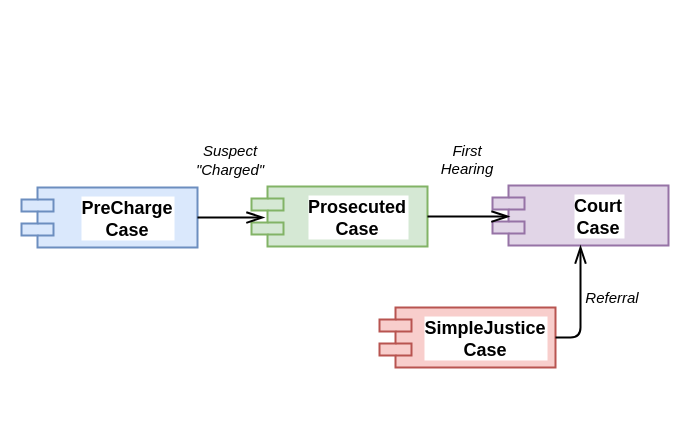
This is page "Case-Type-Flow" (12 of 14) of img/Adopting DDD at Scale Diagrams.drawio from andrewharmellaw/deck-adopting-ddd-at-scale, a draw.io file, before an edit. Source tidied: cells renumbered, new cells numbered last; positions are measured from the earlier drawing's top-left corner, leaving out a move shared by most shapes. Both pictures are drawn from the tidied source at 100%, with x=0, y=0 at pixel (17, 17).
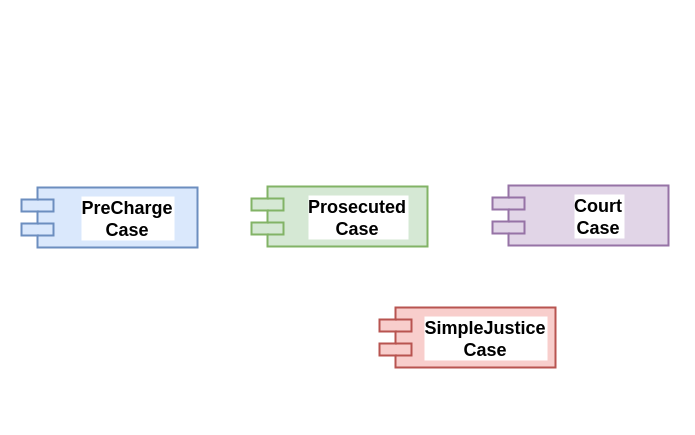
The same diagram, later.

Change to the diagram source:
```diff
@@
 <mxGraphModel>
   <root>
     <mxCell id="0" />
     <mxCell id="1" parent="0" />
     <mxCell id="2" style="rounded=0;whiteSpace=wrap;html=1;fontSize=18;dashed=1;dashPattern=1 4;opacity=0;" parent="1" vertex="1">
       <mxGeometry width="660" height="400" as="geometry" />
     </mxCell>
-    <mxCell id="3" value="&lt;i&gt;&lt;font style=&quot;font-size: 15px&quot;&gt;Suspect&lt;br&gt;&lt;/font&gt;&lt;/i&gt;&lt;div style=&quot;font-size: 15px&quot; align=&quot;center&quot;&gt;&lt;i&gt;&lt;font style=&quot;font-size: 15px&quot;&gt;&quot;Charged&quot;&lt;br&gt;&lt;/font&gt;&lt;/i&gt;&lt;/div&gt;" style="text;html=1;strokeColor=none;fillColor=none;align=center;verticalAlign=middle;whiteSpace=wrap;rounded=0;fontSize=18;labelBackgroundColor=#ffffff;" parent="1" vertex="1">
-      <mxGeometry x="178" y="132" width="70" height="20" as="geometry" />
-    </mxCell>
     <mxCell id="4" value="PreCharge&#10;Case" style="shape=component;align=center;spacingLeft=36;labelBackgroundColor=#ffffff;strokeWidth=2;fontSize=18;fontStyle=1;fillColor=#dae8fc;strokeColor=#6c8ebf;" parent="1" vertex="1">
       <mxGeometry x="4" y="170" width="176" height="60" as="geometry" />
     </mxCell>
     <mxCell id="5" value="Prosecuted&#10;Case" style="shape=component;align=center;spacingLeft=36;labelBackgroundColor=#ffffff;strokeWidth=2;fontSize=18;fontStyle=1;fillColor=#d5e8d4;strokeColor=#82b366;" parent="1" vertex="1">
       <mxGeometry x="234" y="169" width="176" height="60" as="geometry" />
     </mxCell>
     <mxCell id="6" value="Court&#10;Case" style="shape=component;align=center;spacingLeft=36;labelBackgroundColor=#ffffff;strokeWidth=2;fontSize=18;fontStyle=1;fillColor=#e1d5e7;strokeColor=#9673a6;" parent="1" vertex="1">
       <mxGeometry x="475" y="168" width="176" height="60" as="geometry" />
     </mxCell>
     <mxCell id="7" value="SimpleJustice&#10;Case" style="shape=component;align=center;spacingLeft=36;labelBackgroundColor=#ffffff;strokeWidth=2;fontSize=18;fontStyle=1;fillColor=#f8cecc;strokeColor=#b85450;" parent="1" vertex="1">
       <mxGeometry x="362" y="290" width="176" height="60" as="geometry" />
     </mxCell>
-    <mxCell id="8" style="endArrow=none;html=1;endSize=12;startArrow=openThin;startSize=14;startFill=0;edgeStyle=orthogonalEdgeStyle;align=left;verticalAlign=bottom;entryX=1;entryY=0.5;entryDx=0;entryDy=0;endFill=0;strokeWidth=2;exitX=0.074;exitY=0.517;exitDx=0;exitDy=0;exitPerimeter=0;" parent="1" edge="1" source="5" target="4">
-      <mxGeometry x="-1" y="3" relative="1" as="geometry" />
-    </mxCell>
-    <mxCell id="9" style="endArrow=none;html=1;endSize=12;startArrow=openThin;startSize=14;startFill=0;edgeStyle=orthogonalEdgeStyle;align=left;verticalAlign=bottom;endFill=0;strokeWidth=2;entryX=1;entryY=0.5;entryDx=0;entryDy=0;exitX=0.097;exitY=0.517;exitDx=0;exitDy=0;exitPerimeter=0;" parent="1" edge="1" source="6" target="5">
-      <mxGeometry x="-1" y="3" relative="1" as="geometry" />
-    </mxCell>
-    <mxCell id="10" style="endArrow=none;html=1;endSize=12;startArrow=openThin;startSize=14;startFill=0;edgeStyle=orthogonalEdgeStyle;align=left;verticalAlign=bottom;endFill=0;strokeWidth=2;entryX=1;entryY=0.5;entryDx=0;entryDy=0;exitX=0.5;exitY=1;exitDx=0;exitDy=0;" parent="1" edge="1" source="6" target="7">
-      <mxGeometry x="-1" y="3" relative="1" as="geometry" />
-    </mxCell>
-    <mxCell id="11" value="&lt;div style=&quot;font-size: 15px&quot; align=&quot;center&quot;&gt;&lt;font style=&quot;font-size: 15px&quot;&gt;&lt;i&gt;First Hearing&lt;/i&gt;&lt;br&gt;&lt;/font&gt;&lt;/div&gt;" style="text;html=1;strokeColor=none;fillColor=none;align=center;verticalAlign=middle;whiteSpace=wrap;rounded=0;fontSize=18;labelBackgroundColor=#ffffff;" parent="1" vertex="1">
-      <mxGeometry x="415" y="132" width="70" height="20" as="geometry" />
-    </mxCell>
-    <mxCell id="12" value="&lt;i&gt;&lt;font style=&quot;font-size: 15px&quot;&gt;Referral&lt;/font&gt;&lt;/i&gt;" style="text;html=1;strokeColor=none;fillColor=none;align=center;verticalAlign=middle;whiteSpace=wrap;rounded=0;fontSize=18;labelBackgroundColor=#ffffff;" parent="1" vertex="1">
-      <mxGeometry x="560" y="270" width="70" height="20" as="geometry" />
-    </mxCell>
   </root>
 </mxGraphModel>
```
